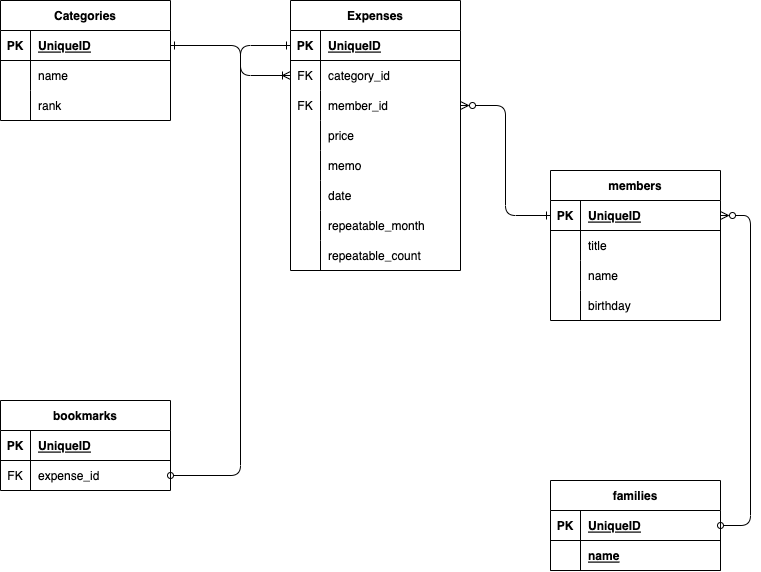
Before: docs/image/er.drawio.png, a diagram exported from draw.io (kiyotakeshi/household-expenses). Source tidied: cells renumbered, new cells last; positions are measured from the earlier drawing's top-left corner, leaving out a move shared by most shapes. The source it was exported from:
```xml
<mxGraphModel>
  <root>
    <mxCell id="0" />
    <mxCell id="1" parent="0" />
    <mxCell id="2" value="Categories" style="shape=table;startSize=30;rowLines=0;fontStyle=1;align=center;" parent="1" vertex="1">
      <mxGeometry width="170" height="120" as="geometry" />
    </mxCell>
    <mxCell id="3" style="shape=partialRectangle;fillColor=none;top=0;left=0;bottom=1;right=0;points=[[0,0.5],[1,0.5]];portConstraint=eastwest;" parent="2" vertex="1">
      <mxGeometry y="30" width="170" height="30" as="geometry" />
    </mxCell>
    <mxCell id="4" value="PK" style="shape=partialRectangle;fillColor=none;top=0;left=0;bottom=0;right=0;fontStyle=1;overflow=hidden;" parent="3" vertex="1">
      <mxGeometry width="30" height="30" as="geometry" />
    </mxCell>
    <mxCell id="5" value="UniqueID" style="shape=partialRectangle;fillColor=none;top=0;left=0;bottom=0;right=0;align=left;spacingLeft=6;fontStyle=5;overflow=hidden;" parent="3" vertex="1">
      <mxGeometry x="30" width="140" height="30" as="geometry" />
    </mxCell>
    <mxCell id="6" style="shape=partialRectangle;fillColor=none;top=0;left=0;bottom=0;right=0;" parent="2" vertex="1">
      <mxGeometry y="60" width="170" height="30" as="geometry" />
    </mxCell>
    <mxCell id="7" style="shape=partialRectangle;fillColor=none;top=0;left=0;bottom=0;right=0;overflow=hidden;" parent="6" vertex="1">
      <mxGeometry width="30" height="30" as="geometry" />
    </mxCell>
    <mxCell id="8" value="name" style="shape=partialRectangle;fillColor=none;top=0;left=0;bottom=0;right=0;align=left;spacingLeft=6;overflow=hidden;" parent="6" vertex="1">
      <mxGeometry x="30" width="140" height="30" as="geometry" />
    </mxCell>
    <mxCell id="9" style="shape=partialRectangle;fillColor=none;top=0;left=0;bottom=0;right=0;" parent="2" vertex="1">
      <mxGeometry y="90" width="170" height="30" as="geometry" />
    </mxCell>
    <mxCell id="10" style="shape=partialRectangle;fillColor=none;top=0;left=0;bottom=0;right=0;overflow=hidden;" parent="9" vertex="1">
      <mxGeometry width="30" height="30" as="geometry" />
    </mxCell>
    <mxCell id="11" value="rank" style="shape=partialRectangle;fillColor=none;top=0;left=0;bottom=0;right=0;align=left;spacingLeft=6;overflow=hidden;" parent="9" vertex="1">
      <mxGeometry x="30" width="140" height="30" as="geometry" />
    </mxCell>
    <mxCell id="12" value="members" style="shape=table;startSize=30;rowLines=0;fontStyle=1;align=center;" parent="1" vertex="1">
      <mxGeometry x="550" y="170" width="170" height="150" as="geometry" />
    </mxCell>
    <mxCell id="13" style="shape=partialRectangle;fillColor=none;top=0;left=0;bottom=1;right=0;points=[[0,0.5],[1,0.5]];portConstraint=eastwest;" parent="12" vertex="1">
      <mxGeometry y="30" width="170" height="30" as="geometry" />
    </mxCell>
    <mxCell id="14" value="PK" style="shape=partialRectangle;fillColor=none;top=0;left=0;bottom=0;right=0;fontStyle=1;overflow=hidden;" parent="13" vertex="1">
      <mxGeometry width="30" height="30" as="geometry" />
    </mxCell>
    <mxCell id="15" value="UniqueID" style="shape=partialRectangle;fillColor=none;top=0;left=0;bottom=0;right=0;align=left;spacingLeft=6;fontStyle=5;overflow=hidden;" parent="13" vertex="1">
      <mxGeometry x="30" width="140" height="30" as="geometry" />
    </mxCell>
    <mxCell id="16" style="shape=partialRectangle;fillColor=none;top=0;left=0;bottom=0;right=0;points=[[0,0.5],[1,0.5]];portConstraint=eastwest;" parent="12" vertex="1">
      <mxGeometry y="60" width="170" height="30" as="geometry" />
    </mxCell>
    <mxCell id="17" style="shape=partialRectangle;fillColor=none;top=0;left=0;bottom=0;right=0;overflow=hidden;" parent="16" vertex="1">
      <mxGeometry width="30" height="30" as="geometry" />
    </mxCell>
    <mxCell id="18" value="title" style="shape=partialRectangle;fillColor=none;top=0;left=0;bottom=0;right=0;align=left;spacingLeft=6;overflow=hidden;" parent="16" vertex="1">
      <mxGeometry x="30" width="140" height="30" as="geometry" />
    </mxCell>
    <mxCell id="19" style="shape=partialRectangle;fillColor=none;top=0;left=0;bottom=0;right=0;" parent="12" vertex="1">
      <mxGeometry y="90" width="170" height="30" as="geometry" />
    </mxCell>
    <mxCell id="20" style="shape=partialRectangle;fillColor=none;top=0;left=0;bottom=0;right=0;overflow=hidden;" parent="19" vertex="1">
      <mxGeometry width="30" height="30" as="geometry" />
    </mxCell>
    <mxCell id="21" value="name" style="shape=partialRectangle;fillColor=none;top=0;left=0;bottom=0;right=0;align=left;spacingLeft=6;overflow=hidden;" parent="19" vertex="1">
      <mxGeometry x="30" width="140" height="30" as="geometry" />
    </mxCell>
    <mxCell id="22" style="shape=partialRectangle;fillColor=none;top=0;left=0;bottom=0;right=0;" parent="12" vertex="1">
      <mxGeometry y="120" width="170" height="30" as="geometry" />
    </mxCell>
    <mxCell id="23" style="shape=partialRectangle;fillColor=none;top=0;left=0;bottom=0;right=0;overflow=hidden;" parent="22" vertex="1">
      <mxGeometry width="30" height="30" as="geometry" />
    </mxCell>
    <mxCell id="24" value="birthday" style="shape=partialRectangle;fillColor=none;top=0;left=0;bottom=0;right=0;align=left;spacingLeft=6;overflow=hidden;" parent="22" vertex="1">
      <mxGeometry x="30" width="140" height="30" as="geometry" />
    </mxCell>
    <mxCell id="25" value="Expenses" style="shape=table;startSize=30;rowLines=0;fontStyle=1;align=center;" parent="1" vertex="1">
      <mxGeometry x="290" width="170" height="270" as="geometry" />
    </mxCell>
    <mxCell id="26" style="shape=partialRectangle;fillColor=none;top=0;left=0;bottom=1;right=0;points=[[0,0.5],[1,0.5]];portConstraint=eastwest;" parent="25" vertex="1">
      <mxGeometry y="30" width="170" height="30" as="geometry" />
    </mxCell>
    <mxCell id="27" value="PK" style="shape=partialRectangle;fillColor=none;top=0;left=0;bottom=0;right=0;fontStyle=1;overflow=hidden;" parent="26" vertex="1">
      <mxGeometry width="30" height="30" as="geometry" />
    </mxCell>
    <mxCell id="28" value="UniqueID" style="shape=partialRectangle;fillColor=none;top=0;left=0;bottom=0;right=0;align=left;spacingLeft=6;fontStyle=5;overflow=hidden;" parent="26" vertex="1">
      <mxGeometry x="30" width="140" height="30" as="geometry" />
    </mxCell>
    <mxCell id="29" style="shape=partialRectangle;fillColor=none;top=0;left=0;bottom=0;right=0;points=[[0,0.5],[1,0.5]];portConstraint=eastwest;" parent="25" vertex="1">
      <mxGeometry y="60" width="170" height="30" as="geometry" />
    </mxCell>
    <mxCell id="30" value="FK" style="shape=partialRectangle;fillColor=none;top=0;left=0;bottom=0;right=0;overflow=hidden;" parent="29" vertex="1">
      <mxGeometry width="30" height="30" as="geometry" />
    </mxCell>
    <mxCell id="31" value="category_id" style="shape=partialRectangle;fillColor=none;top=0;left=0;bottom=0;right=0;align=left;spacingLeft=6;overflow=hidden;" parent="29" vertex="1">
      <mxGeometry x="30" width="140" height="30" as="geometry" />
    </mxCell>
    <mxCell id="32" style="shape=partialRectangle;fillColor=none;top=0;left=0;bottom=0;right=0;points=[[0,0.5],[1,0.5]];portConstraint=eastwest;" parent="25" vertex="1">
      <mxGeometry y="90" width="170" height="30" as="geometry" />
    </mxCell>
    <mxCell id="33" value="FK" style="shape=partialRectangle;fillColor=none;top=0;left=0;bottom=0;right=0;overflow=hidden;" parent="32" vertex="1">
      <mxGeometry width="30" height="30" as="geometry" />
    </mxCell>
    <mxCell id="34" value="member_id" style="shape=partialRectangle;fillColor=none;top=0;left=0;bottom=0;right=0;align=left;spacingLeft=6;overflow=hidden;fontStyle=0;" parent="32" vertex="1">
      <mxGeometry x="30" width="140" height="30" as="geometry" />
    </mxCell>
    <mxCell id="35" style="shape=partialRectangle;fillColor=none;top=0;left=0;bottom=0;right=0;" parent="25" vertex="1">
      <mxGeometry y="120" width="170" height="30" as="geometry" />
    </mxCell>
    <mxCell id="36" style="shape=partialRectangle;fillColor=none;top=0;left=0;bottom=0;right=0;overflow=hidden;" parent="35" vertex="1">
      <mxGeometry width="30" height="30" as="geometry" />
    </mxCell>
    <mxCell id="37" value="price" style="shape=partialRectangle;fillColor=none;top=0;left=0;bottom=0;right=0;align=left;spacingLeft=6;overflow=hidden;" parent="35" vertex="1">
      <mxGeometry x="30" width="140" height="30" as="geometry" />
    </mxCell>
    <mxCell id="38" style="shape=partialRectangle;fillColor=none;top=0;left=0;bottom=0;right=0;" parent="25" vertex="1">
      <mxGeometry y="150" width="170" height="30" as="geometry" />
    </mxCell>
    <mxCell id="39" style="shape=partialRectangle;fillColor=none;top=0;left=0;bottom=0;right=0;overflow=hidden;" parent="38" vertex="1">
      <mxGeometry width="30" height="30" as="geometry" />
    </mxCell>
    <mxCell id="40" value="memo" style="shape=partialRectangle;fillColor=none;top=0;left=0;bottom=0;right=0;align=left;spacingLeft=6;overflow=hidden;" parent="38" vertex="1">
      <mxGeometry x="30" width="140" height="30" as="geometry" />
    </mxCell>
    <mxCell id="41" style="shape=partialRectangle;fillColor=none;top=0;left=0;bottom=0;right=0;" parent="25" vertex="1">
      <mxGeometry y="180" width="170" height="30" as="geometry" />
    </mxCell>
    <mxCell id="42" style="shape=partialRectangle;fillColor=none;top=0;left=0;bottom=0;right=0;overflow=hidden;" parent="41" vertex="1">
      <mxGeometry width="30" height="30" as="geometry" />
    </mxCell>
    <mxCell id="43" value="date" style="shape=partialRectangle;fillColor=none;top=0;left=0;bottom=0;right=0;align=left;spacingLeft=6;overflow=hidden;" parent="41" vertex="1">
      <mxGeometry x="30" width="140" height="30" as="geometry" />
    </mxCell>
    <mxCell id="44" style="shape=partialRectangle;fillColor=none;top=0;left=0;bottom=0;right=0;" parent="25" vertex="1">
      <mxGeometry y="210" width="170" height="30" as="geometry" />
    </mxCell>
    <mxCell id="45" style="shape=partialRectangle;fillColor=none;top=0;left=0;bottom=0;right=0;overflow=hidden;" parent="44" vertex="1">
      <mxGeometry width="30" height="30" as="geometry" />
    </mxCell>
    <mxCell id="46" value="repeatable_month" style="shape=partialRectangle;fillColor=none;top=0;left=0;bottom=0;right=0;align=left;spacingLeft=6;overflow=hidden;" parent="44" vertex="1">
      <mxGeometry x="30" width="140" height="30" as="geometry" />
    </mxCell>
    <mxCell id="47" style="shape=partialRectangle;fillColor=none;top=0;left=0;bottom=0;right=0;" parent="25" vertex="1">
      <mxGeometry y="240" width="170" height="30" as="geometry" />
    </mxCell>
    <mxCell id="48" style="shape=partialRectangle;fillColor=none;top=0;left=0;bottom=0;right=0;overflow=hidden;" parent="47" vertex="1">
      <mxGeometry width="30" height="30" as="geometry" />
    </mxCell>
    <mxCell id="49" value="repeatable_count" style="shape=partialRectangle;fillColor=none;top=0;left=0;bottom=0;right=0;align=left;spacingLeft=6;overflow=hidden;" parent="47" vertex="1">
      <mxGeometry x="30" width="140" height="30" as="geometry" />
    </mxCell>
    <mxCell id="50" value="families" style="shape=table;startSize=30;rowLines=0;fontStyle=1;align=center;" parent="1" vertex="1">
      <mxGeometry x="550" y="480" width="170" height="90" as="geometry" />
    </mxCell>
    <mxCell id="51" style="shape=partialRectangle;fillColor=none;top=0;left=0;bottom=1;right=0;points=[[0,0.5],[1,0.5]];portConstraint=eastwest;" parent="50" vertex="1">
      <mxGeometry y="30" width="170" height="30" as="geometry" />
    </mxCell>
    <mxCell id="52" value="PK" style="shape=partialRectangle;fillColor=none;top=0;left=0;bottom=0;right=0;fontStyle=1;overflow=hidden;" parent="51" vertex="1">
      <mxGeometry width="30" height="30" as="geometry" />
    </mxCell>
    <mxCell id="53" value="UniqueID" style="shape=partialRectangle;fillColor=none;top=0;left=0;bottom=0;right=0;align=left;spacingLeft=6;fontStyle=5;overflow=hidden;" parent="51" vertex="1">
      <mxGeometry x="30" width="140" height="30" as="geometry" />
    </mxCell>
    <mxCell id="54" style="shape=partialRectangle;fillColor=none;top=0;left=0;bottom=1;right=0;" parent="50" vertex="1">
      <mxGeometry y="60" width="170" height="30" as="geometry" />
    </mxCell>
    <mxCell id="55" style="shape=partialRectangle;fillColor=none;top=0;left=0;bottom=0;right=0;fontStyle=1;overflow=hidden;" parent="54" vertex="1">
      <mxGeometry width="30" height="30" as="geometry" />
    </mxCell>
    <mxCell id="56" value="name" style="shape=partialRectangle;fillColor=none;top=0;left=0;bottom=0;right=0;align=left;spacingLeft=6;fontStyle=5;overflow=hidden;" parent="54" vertex="1">
      <mxGeometry x="30" width="140" height="30" as="geometry" />
    </mxCell>
    <mxCell id="57" style="edgeStyle=orthogonalEdgeStyle;html=1;exitX=1;exitY=0.5;exitDx=0;exitDy=0;endArrow=ERoneToMany;endFill=0;startArrow=ERone;startFill=0;entryX=0;entryY=0.5;entryDx=0;entryDy=0;" parent="1" edge="1" source="3" target="29">
      <mxGeometry relative="1" as="geometry">
        <Array as="points">
          <mxPoint x="240" y="45" />
          <mxPoint x="240" y="75" />
        </Array>
      </mxGeometry>
    </mxCell>
    <mxCell id="58" style="edgeStyle=orthogonalEdgeStyle;html=1;exitX=1;exitY=0.5;exitDx=0;exitDy=0;entryX=0;entryY=0.5;entryDx=0;entryDy=0;startArrow=ERzeroToMany;startFill=0;endArrow=ERone;endFill=0;" parent="1" edge="1" source="32" target="13">
      <mxGeometry relative="1" as="geometry" />
    </mxCell>
    <mxCell id="59" style="edgeStyle=orthogonalEdgeStyle;html=1;entryX=0;entryY=0.5;entryDx=0;entryDy=0;startArrow=oval;startFill=0;endArrow=ERone;endFill=0;exitX=1;exitY=0.5;exitDx=0;exitDy=0;" parent="1" edge="1" source="65" target="26">
      <mxGeometry relative="1" as="geometry">
        <Array as="points">
          <mxPoint x="240" y="475" />
          <mxPoint x="240" y="45" />
        </Array>
      </mxGeometry>
    </mxCell>
    <mxCell id="60" style="edgeStyle=orthogonalEdgeStyle;html=1;exitX=1;exitY=0.5;exitDx=0;exitDy=0;entryX=1;entryY=0.5;entryDx=0;entryDy=0;startArrow=ERzeroToMany;startFill=0;endArrow=oval;endFill=0;" parent="1" edge="1" source="13" target="51">
      <mxGeometry relative="1" as="geometry">
        <Array as="points">
          <mxPoint x="750" y="215" />
          <mxPoint x="750" y="525" />
        </Array>
      </mxGeometry>
    </mxCell>
    <mxCell id="61" value="bookmarks" style="shape=table;startSize=30;rowLines=0;fontStyle=1;align=center;" parent="1" vertex="1">
      <mxGeometry y="400" width="170" height="90" as="geometry" />
    </mxCell>
    <mxCell id="62" style="shape=partialRectangle;fillColor=none;top=0;left=0;bottom=1;right=0;" parent="61" vertex="1">
      <mxGeometry y="30" width="170" height="30" as="geometry" />
    </mxCell>
    <mxCell id="63" value="PK" style="shape=partialRectangle;fillColor=none;top=0;left=0;bottom=0;right=0;fontStyle=1;overflow=hidden;" parent="62" vertex="1">
      <mxGeometry width="30" height="30" as="geometry" />
    </mxCell>
    <mxCell id="64" value="UniqueID" style="shape=partialRectangle;fillColor=none;top=0;left=0;bottom=0;right=0;align=left;spacingLeft=6;fontStyle=5;overflow=hidden;" parent="62" vertex="1">
      <mxGeometry x="30" width="140" height="30" as="geometry" />
    </mxCell>
    <mxCell id="65" style="shape=partialRectangle;fillColor=none;top=0;left=0;bottom=0;right=0;points=[[0,0.5],[1,0.5]];portConstraint=eastwest;" parent="61" vertex="1">
      <mxGeometry y="60" width="170" height="30" as="geometry" />
    </mxCell>
    <mxCell id="66" value="FK" style="shape=partialRectangle;fillColor=none;top=0;left=0;bottom=0;right=0;overflow=hidden;" parent="65" vertex="1">
      <mxGeometry width="30" height="30" as="geometry" />
    </mxCell>
    <mxCell id="67" value="expense_id" style="shape=partialRectangle;fillColor=none;top=0;left=0;bottom=0;right=0;align=left;spacingLeft=6;overflow=hidden;" parent="65" vertex="1">
      <mxGeometry x="30" width="140" height="30" as="geometry" />
    </mxCell>
    <mxCell id="68" style="edgeStyle=orthogonalEdgeStyle;html=1;startArrow=ERone;startFill=0;endArrow=ERzeroToMany;endFill=0;" parent="1" edge="1" source="3" target="x">
      <mxGeometry relative="1" as="geometry" />
    </mxCell>
  </root>
</mxGraphModel>
```
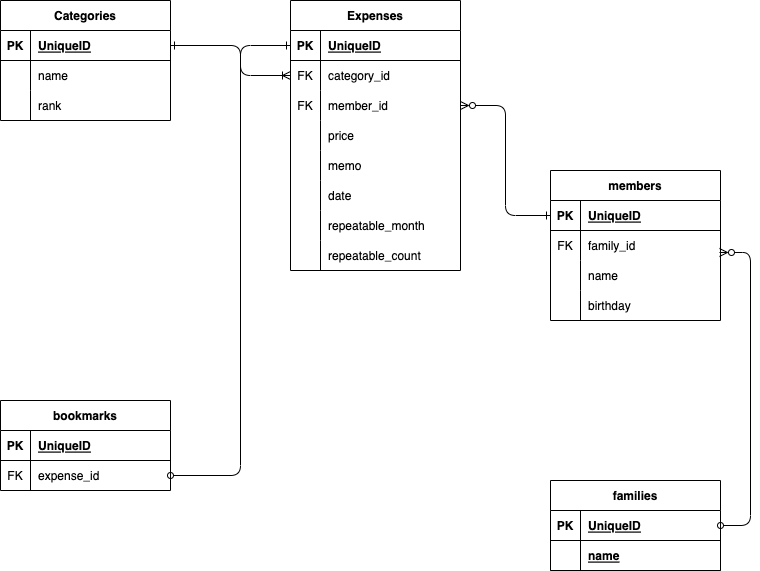
After the commit.

Change to the diagram source:
```diff
@@ -47,12 +47,12 @@
     <mxCell id="16" style="shape=partialRectangle;fillColor=none;top=0;left=0;bottom=0;right=0;points=[[0,0.5],[1,0.5]];portConstraint=eastwest;" parent="12" vertex="1">
       <mxGeometry y="60" width="170" height="30" as="geometry" />
     </mxCell>
-    <mxCell id="17" style="shape=partialRectangle;fillColor=none;top=0;left=0;bottom=0;right=0;overflow=hidden;" parent="16" vertex="1">
-      <mxGeometry width="30" height="30" as="geometry" />
-    </mxCell>
-    <mxCell id="18" value="title" style="shape=partialRectangle;fillColor=none;top=0;left=0;bottom=0;right=0;align=left;spacingLeft=6;overflow=hidden;" parent="16" vertex="1">
-      <mxGeometry x="30" width="140" height="30" as="geometry" />
-    </mxCell>
+    <mxCell id="69" value="FK" style="shape=partialRectangle;fillColor=none;top=0;left=0;bottom=0;right=0;overflow=hidden;" parent="16" vertex="1">
+      <mxGeometry width="30" height="30" as="geometry" />
+    </mxCell>
+    <mxCell id="70" value="family_id" style="shape=partialRectangle;fillColor=none;top=0;left=0;bottom=0;right=0;align=left;spacingLeft=6;overflow=hidden;" parent="16" vertex="1">
+      <mxGeometry x="30" width="140" height="30" as="geometry" />
+    </mxCell>
     <mxCell id="19" style="shape=partialRectangle;fillColor=none;top=0;left=0;bottom=0;right=0;" parent="12" vertex="1">
       <mxGeometry y="90" width="170" height="30" as="geometry" />
     </mxCell>
@@ -186,10 +186,10 @@
         </Array>
       </mxGeometry>
     </mxCell>
-    <mxCell id="60" style="edgeStyle=orthogonalEdgeStyle;html=1;exitX=1;exitY=0.5;exitDx=0;exitDy=0;entryX=1;entryY=0.5;entryDx=0;entryDy=0;startArrow=ERzeroToMany;startFill=0;endArrow=oval;endFill=0;" parent="1" edge="1" source="13" target="51">
+    <mxCell id="60" style="edgeStyle=orthogonalEdgeStyle;html=1;exitX=0.994;exitY=0.733;exitDx=0;exitDy=0;entryX=1;entryY=0.5;entryDx=0;entryDy=0;startArrow=ERzeroToMany;startFill=0;endArrow=oval;endFill=0;exitPerimeter=0;" parent="1" edge="1" source="16" target="51">
       <mxGeometry relative="1" as="geometry">
         <Array as="points">
-          <mxPoint x="750" y="215" />
+          <mxPoint x="750" y="252" />
           <mxPoint x="750" y="525" />
         </Array>
       </mxGeometry>
@@ -215,7 +215,7 @@
     <mxCell id="67" value="expense_id" style="shape=partialRectangle;fillColor=none;top=0;left=0;bottom=0;right=0;align=left;spacingLeft=6;overflow=hidden;" parent="65" vertex="1">
       <mxGeometry x="30" width="140" height="30" as="geometry" />
     </mxCell>
-    <mxCell id="68" style="edgeStyle=orthogonalEdgeStyle;html=1;startArrow=ERone;startFill=0;endArrow=ERzeroToMany;endFill=0;" parent="1" edge="1" source="3" target="x">
+    <mxCell id="68" style="edgeStyle=orthogonalEdgeStyle;html=1;startArrow=ERone;startFill=0;endArrow=ERzeroToMany;endFill=0;" parent="1" edge="1" source="3">
       <mxGeometry relative="1" as="geometry" />
     </mxCell>
   </root>
```
